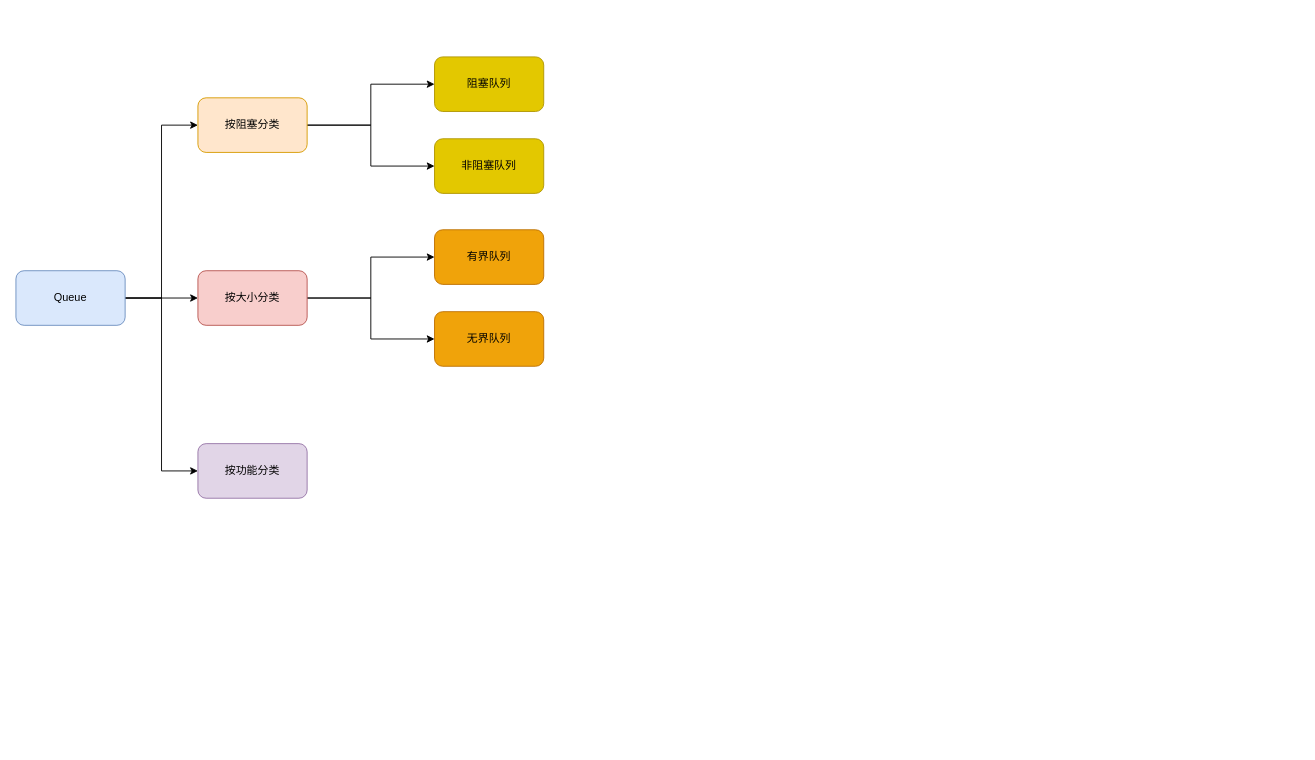
Earlier version of the draw.io diagram mspaint/Java数据类型.drawio (D1isney/notes). Source tidied: cells renumbered, new cells numbered last; positions are measured from the earlier drawing's top-left corner, leaving out a move shared by most shapes. Both pictures are drawn from the tidied source at 91%, with x=0, y=0 at pixel (15, 56).
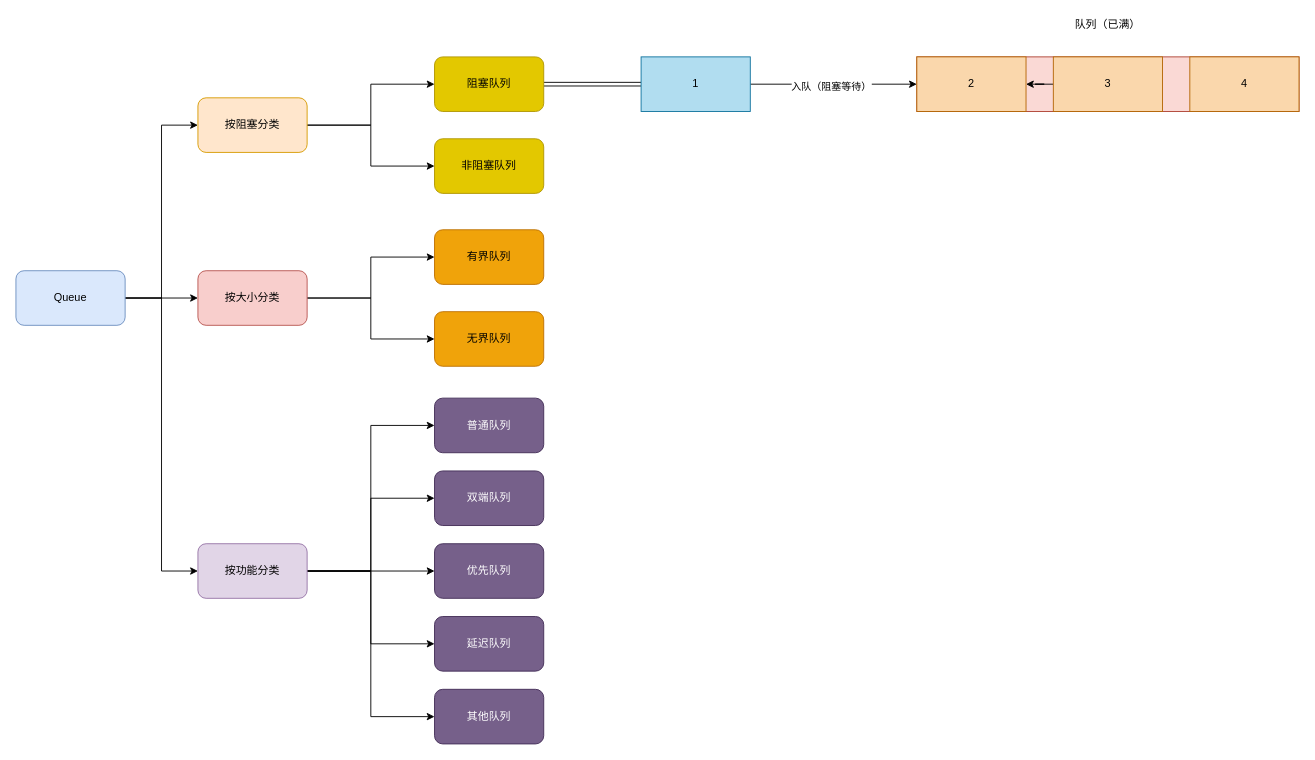
Above is the later version.

Commit message (it also covers changes not shown here):
更新Java数据类型.drawio

Unchanged cells that the change refers to:
```xml
<mxCell id="13" value="阻塞队列" style="rounded=1;whiteSpace=wrap;html=1;fillColor=#e3c800;fontColor=#000000;strokeColor=#B09500;" parent="1" vertex="1">
  <mxGeometry x="460" width="120" height="60" as="geometry" />
</mxCell>
```

Diff of the diagram source:
```diff
@@
+    <mxCell id="17" style="rounded=0;whiteSpace=wrap;html=1;fillColor=#fad9d5;strokeColor=#ae4132;" parent="1" vertex="1">
+      <mxGeometry x="990" width="420" height="60" as="geometry" />
+    </mxCell>
@@
+    <mxCell id="18" style="edgeStyle=orthogonalEdgeStyle;rounded=0;jettySize=auto;html=1;exitX=1;exitY=0.5;exitDx=0;exitDy=0;entryX=0;entryY=0.5;entryDx=0;entryDy=0;" parent="1" edge="1" source="12" target="24">
+      <mxGeometry relative="1" as="geometry" />
+    </mxCell>
+    <mxCell id="19" style="edgeStyle=orthogonalEdgeStyle;rounded=0;jettySize=auto;html=1;exitX=1;exitY=0.5;exitDx=0;exitDy=0;entryX=0;entryY=0.5;entryDx=0;entryDy=0;" parent="1" edge="1" source="12" target="25">
+      <mxGeometry relative="1" as="geometry" />
+    </mxCell>
+    <mxCell id="20" style="edgeStyle=orthogonalEdgeStyle;rounded=0;jettySize=auto;html=1;exitX=1;exitY=0.5;exitDx=0;exitDy=0;entryX=0;entryY=0.5;entryDx=0;entryDy=0;" parent="1" edge="1" source="12" target="26">
+      <mxGeometry relative="1" as="geometry" />
+    </mxCell>
+    <mxCell id="21" style="edgeStyle=orthogonalEdgeStyle;rounded=0;jettySize=auto;html=1;exitX=1;exitY=0.5;exitDx=0;exitDy=0;entryX=0;entryY=0.5;entryDx=0;entryDy=0;" parent="1" edge="1" source="12" target="27">
+      <mxGeometry relative="1" as="geometry" />
+    </mxCell>
+    <mxCell id="22" style="edgeStyle=orthogonalEdgeStyle;rounded=0;jettySize=auto;html=1;exitX=1;exitY=0.5;exitDx=0;exitDy=0;entryX=0;entryY=0.5;entryDx=0;entryDy=0;" parent="1" edge="1" source="12" target="28">
+      <mxGeometry relative="1" as="geometry" />
+    </mxCell>
     <mxCell id="12" value="按功能分类" style="rounded=1;whiteSpace=wrap;html=1;fillColor=#e1d5e7;strokeColor=#9673a6;" parent="1" vertex="1">
-      <mxGeometry x="200" y="425" width="120" height="60" as="geometry" />
+      <mxGeometry x="200" y="535" width="120" height="60" as="geometry" />
     </mxCell>
+    <mxCell id="23" style="edgeStyle=orthogonalEdgeStyle;rounded=0;jettySize=auto;html=1;exitX=1;exitY=0.5;exitDx=0;exitDy=0;entryX=0;entryY=0.5;entryDx=0;entryDy=0;shape=link;" parent="1" edge="1" source="13" target="31">
+      <mxGeometry relative="1" as="geometry" />
+    </mxCell>
@@
+    <mxCell id="24" value="普通队列" style="rounded=1;whiteSpace=wrap;html=1;fillColor=#76608a;fontColor=#ffffff;strokeColor=#432D57;" parent="1" vertex="1">
+      <mxGeometry x="460" y="375" width="120" height="60" as="geometry" />
+    </mxCell>
+    <mxCell id="25" value="双端队列" style="rounded=1;whiteSpace=wrap;html=1;fillColor=#76608a;fontColor=#ffffff;strokeColor=#432D57;" parent="1" vertex="1">
+      <mxGeometry x="460" y="455" width="120" height="60" as="geometry" />
+    </mxCell>
+    <mxCell id="26" value="优先队列" style="rounded=1;whiteSpace=wrap;html=1;fillColor=#76608a;fontColor=#ffffff;strokeColor=#432D57;" parent="1" vertex="1">
+      <mxGeometry x="460" y="535" width="120" height="60" as="geometry" />
+    </mxCell>
+    <mxCell id="27" value="延迟队列" style="rounded=1;whiteSpace=wrap;html=1;fillColor=#76608a;fontColor=#ffffff;strokeColor=#432D57;" parent="1" vertex="1">
+      <mxGeometry x="460" y="615" width="120" height="60" as="geometry" />
+    </mxCell>
+    <mxCell id="28" value="其他队列" style="rounded=1;whiteSpace=wrap;html=1;fillColor=#76608a;fontColor=#ffffff;strokeColor=#432D57;" parent="1" vertex="1">
+      <mxGeometry x="460" y="695" width="120" height="60" as="geometry" />
+    </mxCell>
+    <mxCell id="29" style="edgeStyle=orthogonalEdgeStyle;rounded=0;jettySize=auto;html=1;exitX=1;exitY=0.5;exitDx=0;exitDy=0;entryX=0;entryY=0.5;entryDx=0;entryDy=0;" parent="1" edge="1" source="31" target="32">
+      <mxGeometry relative="1" as="geometry" />
+    </mxCell>
+    <mxCell id="30" value="入队（阻塞等待）" style="edgeLabel;html=1;align=center;verticalAlign=middle;" parent="29" vertex="1">
+      <mxGeometry x="-0.04" y="-2" relative="1" as="geometry" />
+    </mxCell>
+    <mxCell id="31" value="1" style="rounded=0;whiteSpace=wrap;html=1;fillColor=#b1ddf0;strokeColor=#10739e;" parent="1" vertex="1">
+      <mxGeometry x="687" width="120" height="60" as="geometry" />
+    </mxCell>
+    <mxCell id="32" value="2" style="rounded=0;whiteSpace=wrap;html=1;fillColor=#fad7ac;strokeColor=#b46504;" parent="1" vertex="1">
+      <mxGeometry x="990" width="120" height="60" as="geometry" />
+    </mxCell>
+    <mxCell id="33" style="edgeStyle=orthogonalEdgeStyle;rounded=0;jettySize=auto;html=1;" parent="1" edge="1" source="34" target="32">
+      <mxGeometry relative="1" as="geometry" />
+    </mxCell>
+    <mxCell id="34" value="3" style="rounded=0;whiteSpace=wrap;html=1;fillColor=#fad7ac;strokeColor=#b46504;" parent="1" vertex="1">
+      <mxGeometry x="1140" width="120" height="60" as="geometry" />
+    </mxCell>
+    <mxCell id="35" value="4" style="rounded=0;whiteSpace=wrap;html=1;fillColor=#fad7ac;strokeColor=#b46504;" parent="1" vertex="1">
+      <mxGeometry x="1290" width="120" height="60" as="geometry" />
+    </mxCell>
+    <mxCell id="36" value="队列（已满）" style="text;html=1;align=center;verticalAlign=middle;whiteSpace=wrap;rounded=0;" parent="1" vertex="1">
+      <mxGeometry x="1145" y="-45" width="110" height="20" as="geometry" />
+    </mxCell>
```
